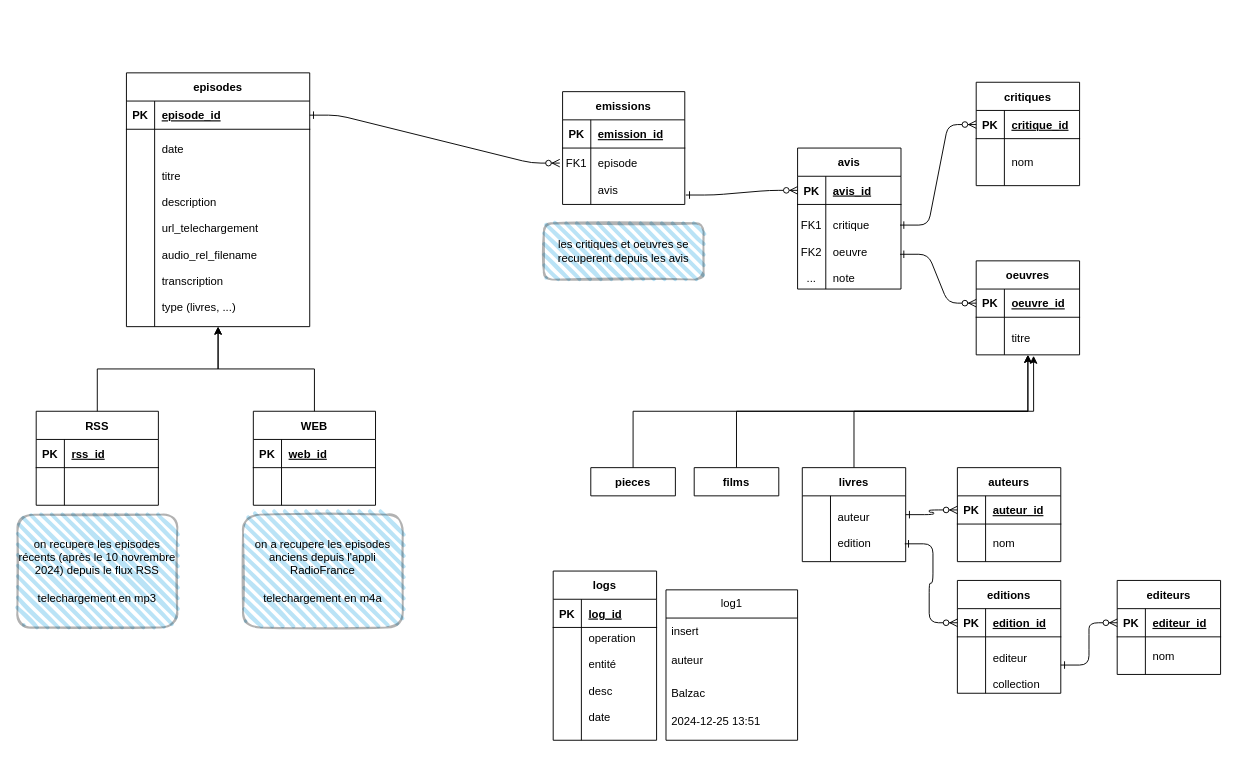
Earlier version of the draw.io diagram db/lmelp.drawio (castorfou/lmelp). Source tidied: cells renumbered, new cells numbered last; positions are measured from the earlier drawing's top-left corner, leaving out a move shared by most shapes. Both pictures are drawn from the tidied source at 94%, with x=0, y=0 at pixel (17, 72).
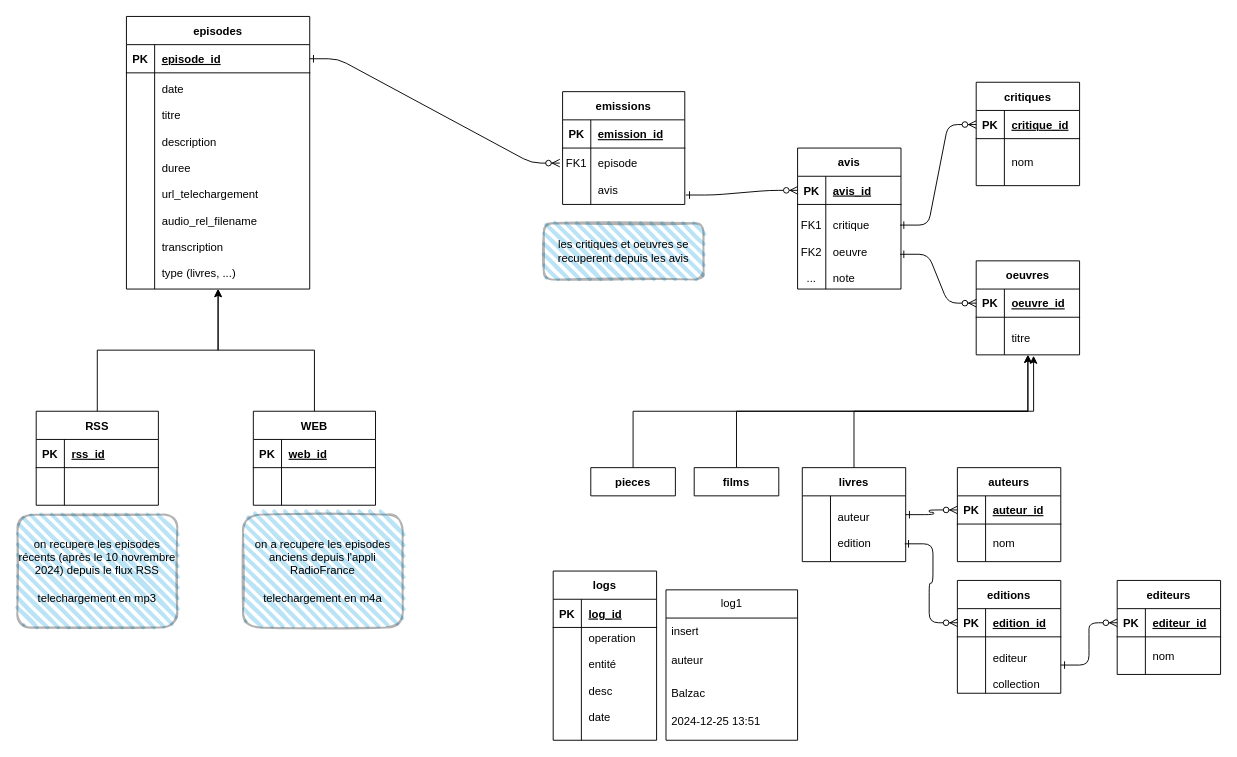
After the change.

Commit message:
duree episode

Diff of the diagram source:
```diff
@@
     <mxCell id="78" value="episodes" style="shape=table;startSize=30;childLayout=tableLayout;rowLines=0;fontStyle=1;align=center;" parent="1" vertex="1">
-      <mxGeometry x="116" width="195" height="270" as="geometry" />
+      <mxGeometry x="116" y="-60" width="195" height="290" as="geometry" />
     </mxCell>
@@
     <mxCell id="82" style="shape=partialRectangle;fillColor=none;points=[[0,0.5],[1,0.5]];portConstraint=eastwest;top=0;left=0;right=0;bottom=0;" parent="78" vertex="1">
-      <mxGeometry y="60" width="195" height="210" as="geometry" />
+      <mxGeometry y="60" width="195" height="230" as="geometry" />
     </mxCell>
     <mxCell id="83" style="shape=partialRectangle;overflow=hidden;fillColor=none;top=0;left=0;bottom=0;right=0;" parent="82" vertex="1">
-      <mxGeometry width="30" height="210" as="geometry" />
+      <mxGeometry width="30" height="230" as="geometry" />
     </mxCell>
-    <mxCell id="84" value="date&#10;&#10;titre&#10;&#10;description&#10;&#10;url_telechargement&#10;&#10;audio_rel_filename&#10;&#10;transcription&#10;&#10;type (livres, ...)" style="shape=partialRectangle;overflow=hidden;fillColor=none;top=0;left=0;bottom=0;right=0;align=left;spacingLeft=6;" parent="82" vertex="1">
-      <mxGeometry x="30" width="165" height="210" as="geometry" />
+    <mxCell id="84" value="date&#10;&#10;titre&#10;&#10;description&#10;&#10;duree&#10;&#10;url_telechargement&#10;&#10;audio_rel_filename&#10;&#10;transcription&#10;&#10;type (livres, ...)" style="shape=partialRectangle;overflow=hidden;fillColor=none;top=0;left=0;bottom=0;right=0;align=left;spacingLeft=6;" parent="82" vertex="1">
+      <mxGeometry x="30" width="165" height="230" as="geometry" />
     </mxCell>
```
